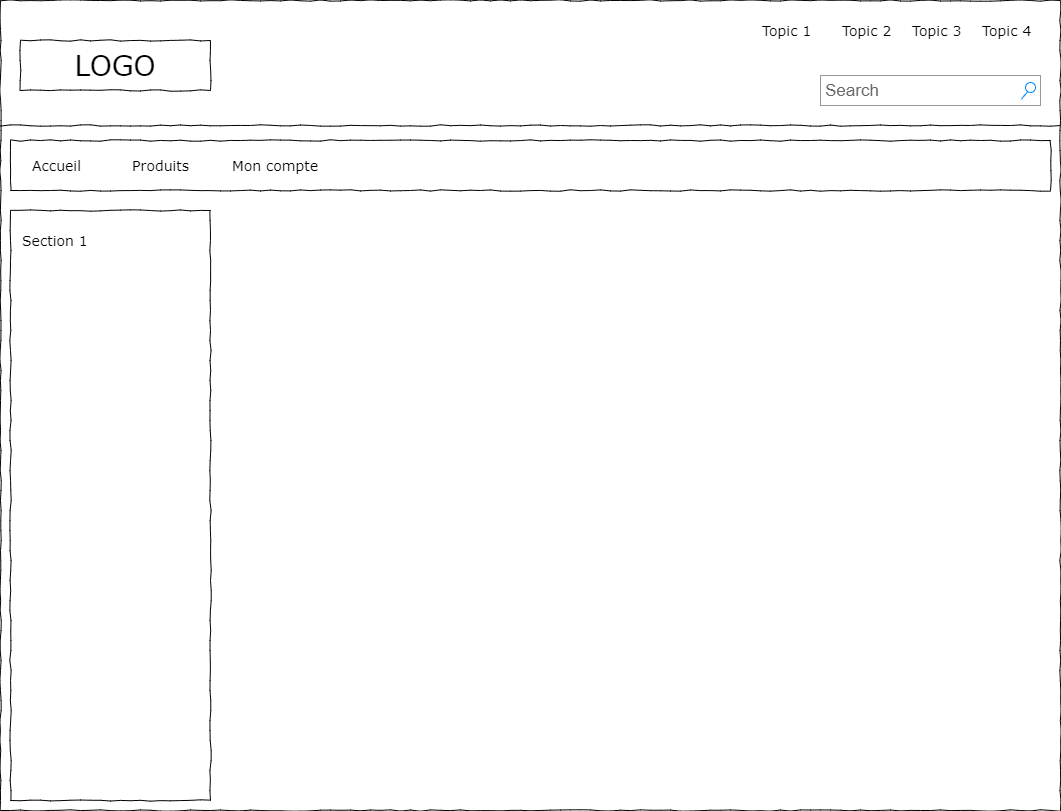
Above: maquette/maquette page compte.png in syned9/eCommerce (draw.io), before the change. Source tidied: cells renumbered, new cells last; positions are measured from the earlier drawing's top-left corner, leaving out a move shared by most shapes.
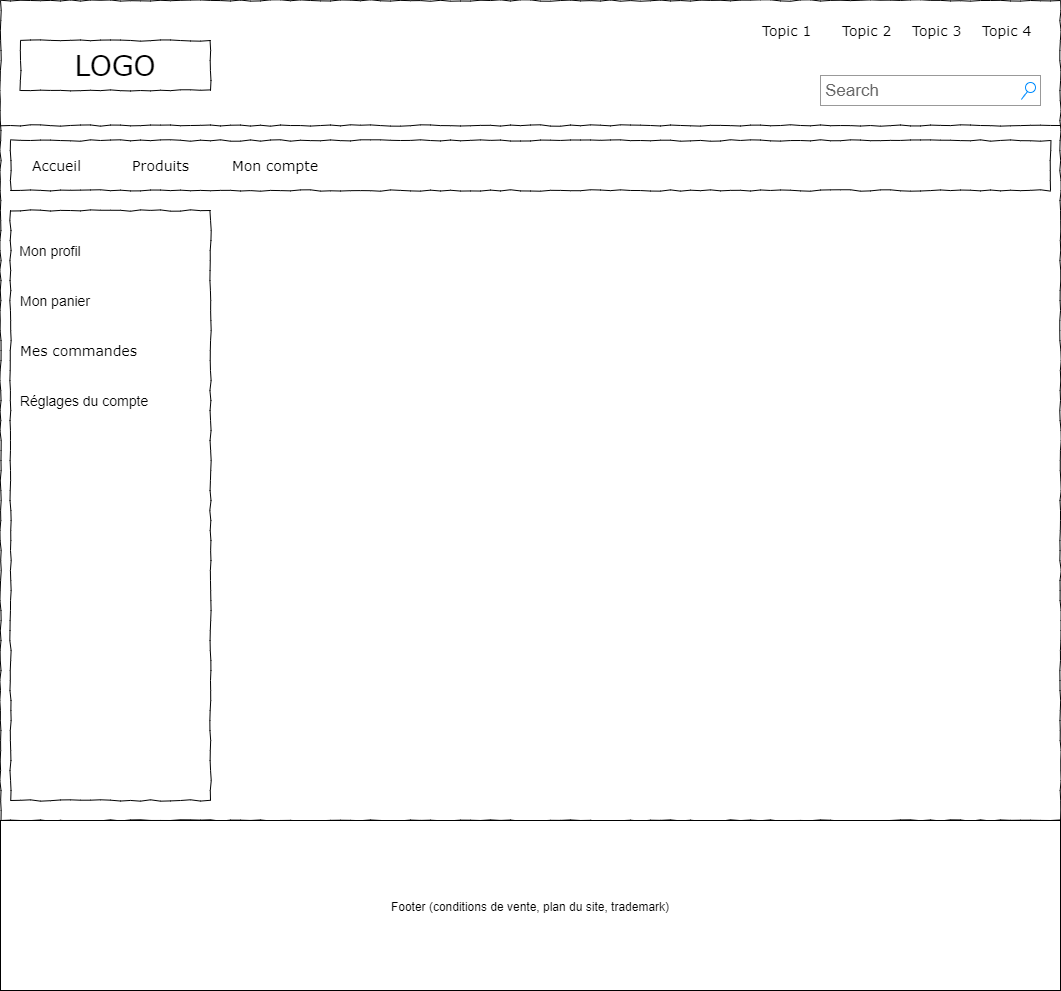
The same diagram one commit later.

The edit, as a diff of the source:
```diff
@@ -3,7 +3,7 @@
     <mxCell id="0" />
     <mxCell id="1" parent="0" />
     <mxCell id="2" style="whiteSpace=wrap;html=1;rounded=0;shadow=0;labelBackgroundColor=none;strokeColor=#000000;strokeWidth=1;fillColor=none;fontFamily=Verdana;fontSize=12;fontColor=#000000;align=center;comic=1;" parent="1" vertex="1">
-      <mxGeometry width="1060" height="810" as="geometry" />
+      <mxGeometry width="1060" height="820" as="geometry" />
     </mxCell>
     <mxCell id="3" value="LOGO" style="whiteSpace=wrap;html=1;rounded=0;shadow=0;labelBackgroundColor=none;strokeWidth=1;fontFamily=Verdana;fontSize=28;align=center;comic=1;" parent="1" vertex="1">
       <mxGeometry x="20" y="40" width="190" height="50" as="geometry" />
@@ -41,8 +41,20 @@
     <mxCell id="14" value="Mon compte" style="text;html=1;align=left;verticalAlign=top;spacingTop=-4;fontSize=14;fontFamily=Verdana;" parent="1" vertex="1">
       <mxGeometry x="230" y="155" width="60" height="20" as="geometry" />
     </mxCell>
-    <mxCell id="15" value="Section 1" style="text;html=1;align=left;verticalAlign=top;spacingTop=-4;fontSize=14;fontFamily=Verdana;" parent="1" vertex="1">
-      <mxGeometry x="20" y="230" width="170" height="20" as="geometry" />
+    <mxCell id="15" value="Mes commandes" style="text;html=1;align=left;verticalAlign=top;spacingTop=-4;fontSize=14;fontFamily=Verdana;" parent="1" vertex="1">
+      <mxGeometry x="18" y="340" width="170" height="20" as="geometry" />
     </mxCell>
+    <mxCell id="16" value="Mon profil" style="text;html=1;strokeColor=none;fillColor=none;align=center;verticalAlign=middle;whiteSpace=wrap;rounded=0;fontSize=14;" parent="1" vertex="1">
+      <mxGeometry x="5" y="240" width="90" height="20" as="geometry" />
+    </mxCell>
+    <mxCell id="17" value="Mon panier" style="text;html=1;strokeColor=none;fillColor=none;align=center;verticalAlign=middle;whiteSpace=wrap;rounded=0;fontSize=14;" parent="1" vertex="1">
+      <mxGeometry x="5" y="290" width="100" height="20" as="geometry" />
+    </mxCell>
+    <mxCell id="18" value="Réglages du compte" style="text;html=1;strokeColor=none;fillColor=none;align=center;verticalAlign=middle;whiteSpace=wrap;rounded=0;fontSize=14;" parent="1" vertex="1">
+      <mxGeometry x="14" y="390" width="140" height="20" as="geometry" />
+    </mxCell>
+    <mxCell id="19" value="&lt;span style=&quot;font-size: 12px&quot;&gt;Footer (conditions de vente, plan du site, trademark)&lt;/span&gt;" style="rounded=0;whiteSpace=wrap;html=1;fontSize=14;" parent="1" vertex="1">
+      <mxGeometry y="820" width="1060" height="170" as="geometry" />
+    </mxCell>
   </root>
 </mxGraphModel>
```
